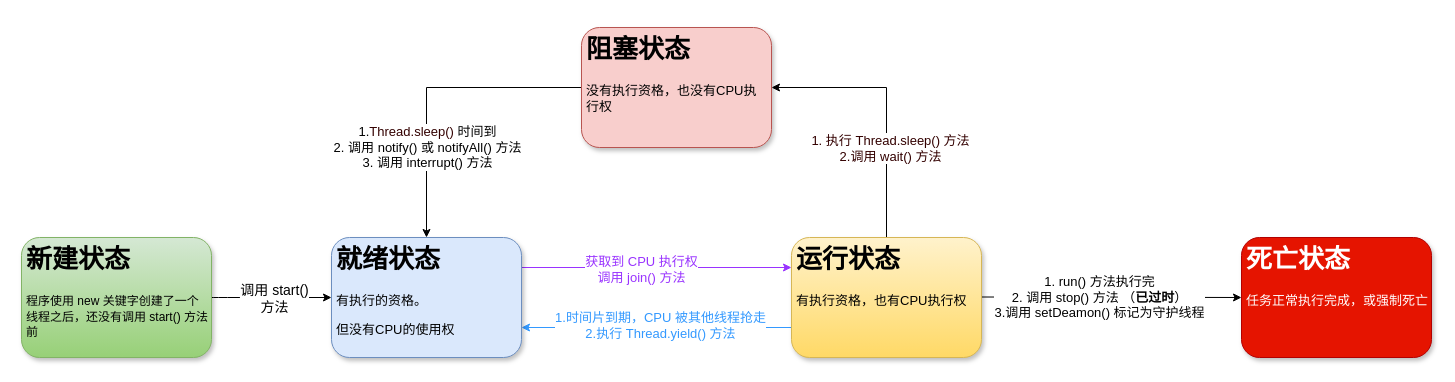
Above: resources/attachments/并发编程/并发编程笔记-流程图.drawio in MooNkirA/code-learning-note (draw.io), before the change. Source tidied: cells renumbered, new cells numbered last; positions are measured from the earlier drawing's top-left corner, leaving out a move shared by most shapes. Both pictures are drawn from the tidied source at 100%, with x=0, y=0 at pixel (21, 27).
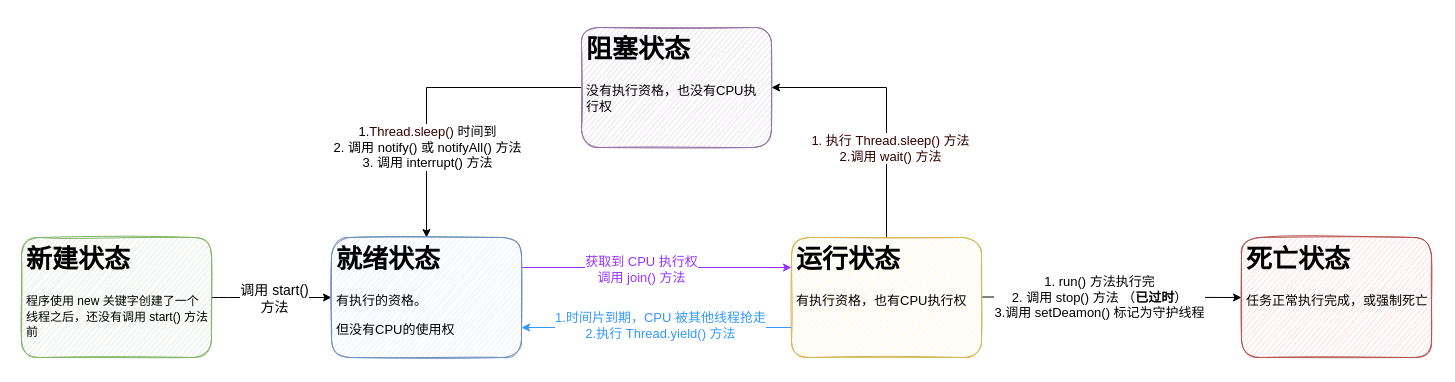
The same page after the edit.

Diff of the diagram source:
```diff
@@
-    <mxCell id="14" value="&lt;h1&gt;就绪状态&lt;/h1&gt;&lt;p&gt;有执行的资格。&lt;/p&gt;&lt;p&gt;但没有CPU的使用权&lt;/p&gt;" style="text;html=1;strokeColor=#6c8ebf;fillColor=#dae8fc;spacing=5;spacingTop=-20;whiteSpace=wrap;overflow=hidden;rounded=1;fontSize=13;shadow=1;glass=0;" parent="1" vertex="1">
+    <mxCell id="14" value="&lt;h1&gt;就绪状态&lt;/h1&gt;&lt;p&gt;有执行的资格。&lt;/p&gt;&lt;p&gt;但没有CPU的使用权&lt;/p&gt;" style="text;html=1;strokeColor=#6c8ebf;fillColor=#dae8fc;spacing=5;spacingTop=-20;whiteSpace=wrap;overflow=hidden;rounded=1;fontSize=13;shadow=0;glass=0;sketch=1;" parent="1" vertex="1">
       <mxGeometry x="310" y="210" width="190" height="120" as="geometry" />
     </mxCell>
-    <mxCell id="15" value="&lt;h1&gt;新建状态&lt;/h1&gt;&lt;p&gt;&lt;span style=&quot;color: rgb(0, 0, 0); font-size: 12px;&quot;&gt;程序使用 new 关键字创建了一个线程之后，还没有调用 start() 方法前&lt;/span&gt;&lt;br&gt;&lt;/p&gt;" style="text;html=1;strokeColor=#82b366;fillColor=#d5e8d4;spacing=5;spacingTop=-20;whiteSpace=wrap;overflow=hidden;rounded=1;fontSize=13;gradientColor=#97d077;shadow=1;sketch=0;glass=0;" parent="1" vertex="1">
+    <mxCell id="15" value="&lt;h1&gt;新建状态&lt;/h1&gt;&lt;p&gt;&lt;span style=&quot;color: rgb(0, 0, 0); font-size: 12px;&quot;&gt;程序使用 new 关键字创建了一个线程之后，还没有调用 start() 方法前&lt;/span&gt;&lt;br&gt;&lt;/p&gt;" style="text;html=1;strokeColor=#82b366;fillColor=#d5e8d4;spacing=5;spacingTop=-20;whiteSpace=wrap;overflow=hidden;rounded=1;fontSize=13;shadow=0;sketch=1;glass=0;" parent="1" vertex="1">
       <mxGeometry y="210" width="190" height="120" as="geometry" />
     </mxCell>
-    <mxCell id="16" value="&lt;h1&gt;阻塞状态&lt;/h1&gt;&lt;p&gt;没有执行资格，也&lt;span style=&quot;background-color: initial;&quot;&gt;没有CPU执行权&lt;/span&gt;&lt;/p&gt;" style="text;html=1;strokeColor=#b85450;fillColor=#f8cecc;spacing=5;spacingTop=-20;whiteSpace=wrap;overflow=hidden;rounded=1;fontSize=13;shadow=1;glass=0;" parent="1" vertex="1">
+    <mxCell id="16" value="&lt;h1&gt;阻塞状态&lt;/h1&gt;&lt;p&gt;没有执行资格，也&lt;span style=&quot;background-color: initial;&quot;&gt;没有CPU执行权&lt;/span&gt;&lt;/p&gt;" style="text;html=1;strokeColor=#9673a6;fillColor=#e1d5e7;spacing=5;spacingTop=-20;whiteSpace=wrap;overflow=hidden;rounded=1;fontSize=13;shadow=0;glass=0;sketch=1;" parent="1" vertex="1">
       <mxGeometry x="560" width="190" height="120" as="geometry" />
     </mxCell>
-    <mxCell id="17" value="&lt;h1&gt;运行状态&lt;/h1&gt;&lt;p&gt;有执行资格，也&lt;span style=&quot;background-color: initial;&quot;&gt;有CPU执行权&lt;/span&gt;&lt;br&gt;&lt;/p&gt;" style="text;html=1;strokeColor=#d6b656;fillColor=#fff2cc;spacing=5;spacingTop=-20;whiteSpace=wrap;overflow=hidden;rounded=1;fontSize=13;shadow=1;glass=0;gradientColor=#ffd966;" parent="1" vertex="1">
+    <mxCell id="17" value="&lt;h1&gt;运行状态&lt;/h1&gt;&lt;p&gt;有执行资格，也&lt;span style=&quot;background-color: initial;&quot;&gt;有CPU执行权&lt;/span&gt;&lt;br&gt;&lt;/p&gt;" style="text;html=1;strokeColor=#d6b656;fillColor=#fff2cc;spacing=5;spacingTop=-20;whiteSpace=wrap;overflow=hidden;rounded=1;fontSize=13;shadow=0;glass=0;sketch=1;gradientColor=none;" parent="1" vertex="1">
       <mxGeometry x="770" y="210" width="190" height="120" as="geometry" />
     </mxCell>
-    <mxCell id="18" value="&lt;h1&gt;死亡状态&lt;/h1&gt;&lt;p&gt;任务正常执行完成，或强制死亡&lt;/p&gt;" style="text;html=1;strokeColor=#B20000;fillColor=#e51400;spacing=5;spacingTop=-20;whiteSpace=wrap;overflow=hidden;rounded=1;fontSize=13;shadow=1;glass=0;fontColor=#ffffff;" parent="1" vertex="1">
+    <mxCell id="18" value="&lt;h1&gt;死亡状态&lt;/h1&gt;&lt;p&gt;任务正常执行完成，或强制死亡&lt;/p&gt;" style="text;html=1;strokeColor=#b85450;fillColor=#f8cecc;spacing=5;spacingTop=-20;whiteSpace=wrap;overflow=hidden;rounded=1;fontSize=13;shadow=0;glass=0;sketch=1;" parent="1" vertex="1">
       <mxGeometry x="1220" y="210" width="190" height="120" as="geometry" />
     </mxCell>
```
